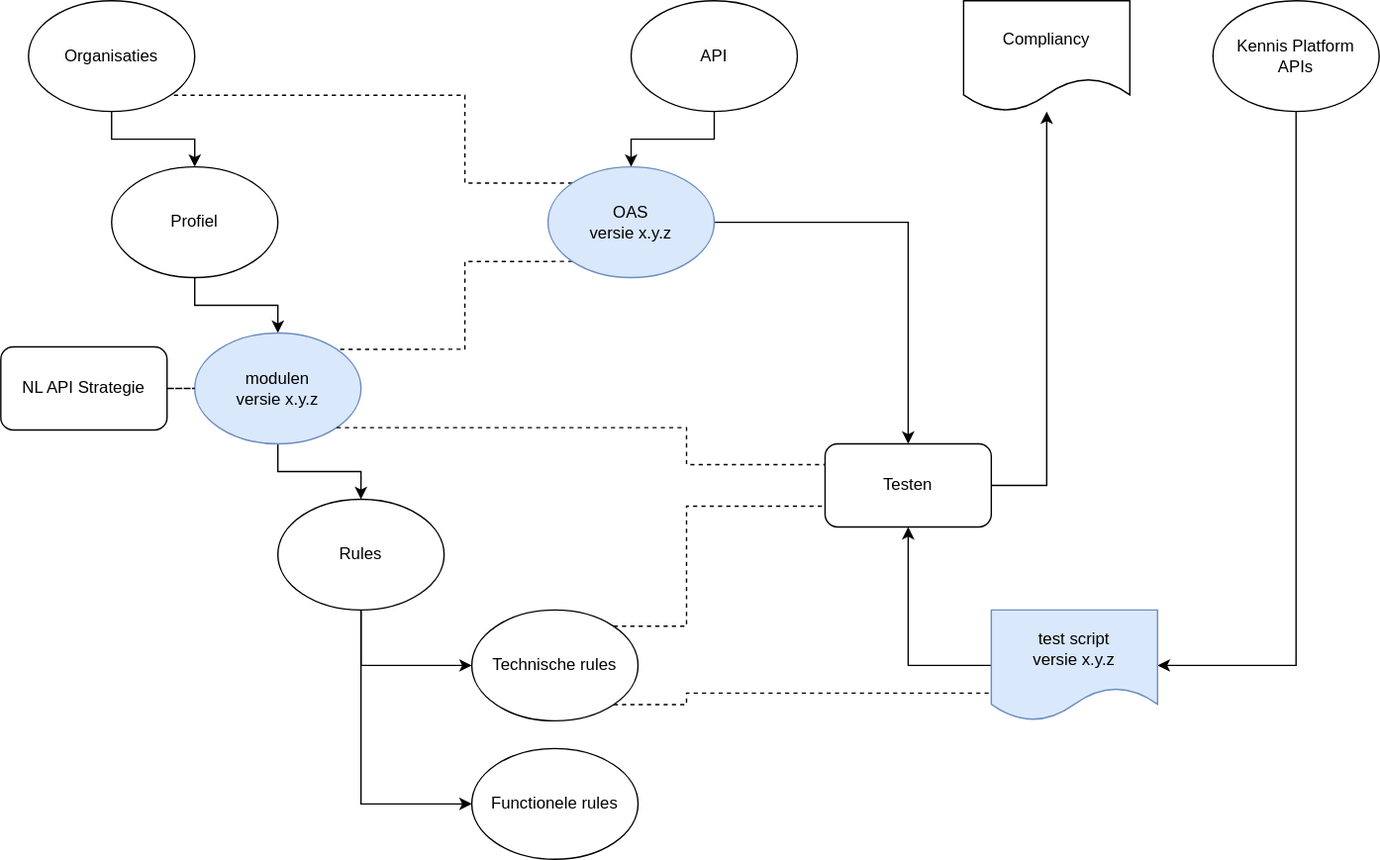
Geonovum/KP-APIs keeps this draw.io diagram as media/Samenhang_rules-modulen.svg. Above is the earlier version. Source tidied: cells renumbered, new cells last; positions are measured from the earlier drawing's top-left corner, leaving out a move shared by most shapes.
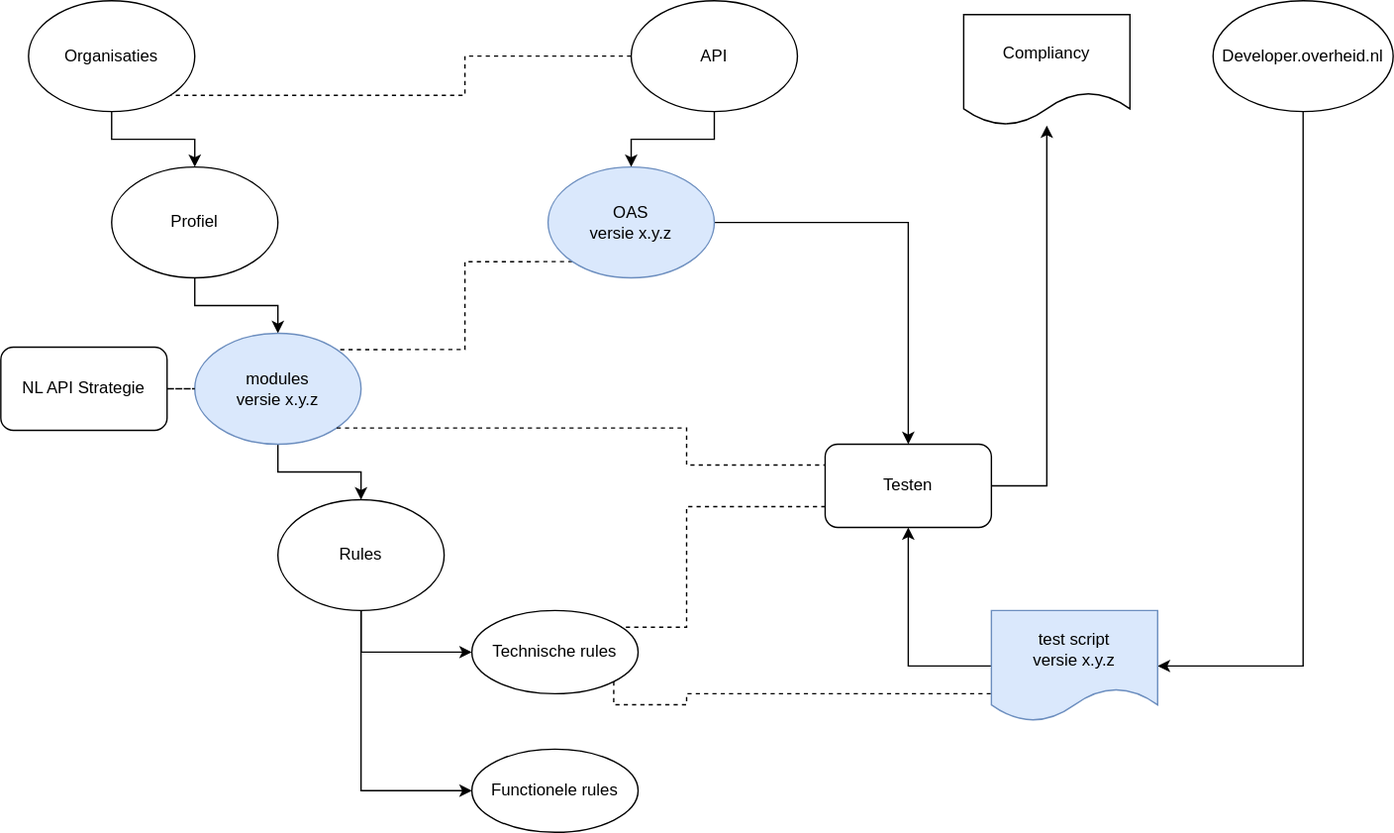
Above is the later version.

Change to the diagram source:
```diff
@@ -17,7 +17,7 @@
     <mxCell id="6" style="edgeStyle=orthogonalEdgeStyle;rounded=0;jettySize=auto;html=1;" parent="1" edge="1" source="7" target="10">
       <mxGeometry relative="1" as="geometry" />
     </mxCell>
-    <mxCell id="7" value="modulen&lt;br&gt;versie x.y.z" style="ellipse;whiteSpace=wrap;html=1;fillColor=#dae8fc;strokeColor=#6c8ebf;" parent="1" vertex="1">
+    <mxCell id="7" value="modules&lt;br&gt;versie x.y.z" style="ellipse;whiteSpace=wrap;html=1;fillColor=#dae8fc;strokeColor=#6c8ebf;" parent="1" vertex="1">
       <mxGeometry x="140" y="240" width="120" height="80" as="geometry" />
     </mxCell>
     <mxCell id="8" style="edgeStyle=orthogonalEdgeStyle;rounded=0;jettySize=auto;html=1;entryX=0;entryY=0.5;entryDx=0;entryDy=0;exitX=0.5;exitY=1;exitDx=0;exitDy=0;" parent="1" edge="1" source="10" target="18">
@@ -43,10 +43,10 @@
         </Array>
       </mxGeometry>
     </mxCell>
-    <mxCell id="14" style="edgeStyle=orthogonalEdgeStyle;rounded=0;jettySize=auto;html=1;entryX=1;entryY=1;entryDx=0;entryDy=0;endArrow=none;endFill=0;dashed=1;exitX=0;exitY=0;exitDx=0;exitDy=0;" parent="1" edge="1" source="16" target="3">
+    <mxCell id="14" style="edgeStyle=orthogonalEdgeStyle;rounded=0;jettySize=auto;html=1;entryX=1;entryY=1;entryDx=0;entryDy=0;endArrow=none;endFill=0;dashed=1;exitX=0;exitY=0.5;exitDx=0;exitDy=0;" parent="1" edge="1" source="12" target="3">
       <mxGeometry relative="1" as="geometry">
         <Array as="points">
-          <mxPoint x="335" y="132" />
+          <mxPoint x="335" y="40" />
           <mxPoint x="335" y="68" />
         </Array>
       </mxGeometry>
@@ -66,10 +66,10 @@
       </mxGeometry>
     </mxCell>
     <mxCell id="18" value="Technische rules" style="ellipse;whiteSpace=wrap;html=1;" parent="1" vertex="1">
-      <mxGeometry x="340" y="440" width="120" height="80" as="geometry" />
+      <mxGeometry x="340" y="440" width="120" height="60" as="geometry" />
     </mxCell>
     <mxCell id="19" value="Functionele rules" style="ellipse;whiteSpace=wrap;html=1;" parent="1" vertex="1">
-      <mxGeometry x="340" y="540" width="120" height="80" as="geometry" />
+      <mxGeometry x="340" y="540" width="120" height="60" as="geometry" />
     </mxCell>
     <mxCell id="20" style="edgeStyle=orthogonalEdgeStyle;rounded=0;jettySize=auto;html=1;exitX=1;exitY=0.5;exitDx=0;exitDy=0;" parent="1" edge="1" source="21" target="22">
       <mxGeometry relative="1" as="geometry" />
@@ -78,7 +78,7 @@
       <mxGeometry x="595" y="320" width="120" height="60" as="geometry" />
     </mxCell>
     <mxCell id="22" value="Compliancy" style="shape=document;whiteSpace=wrap;html=1;boundedLbl=1;" parent="1" vertex="1">
-      <mxGeometry x="695" width="120" height="80" as="geometry" />
+      <mxGeometry x="695" y="10" width="120" height="80" as="geometry" />
     </mxCell>
     <mxCell id="23" style="edgeStyle=orthogonalEdgeStyle;rounded=0;jettySize=auto;html=1;entryX=0.5;entryY=1;entryDx=0;entryDy=0;exitX=0;exitY=0.5;exitDx=0;exitDy=0;" parent="1" edge="1" source="28" target="21">
       <mxGeometry relative="1" as="geometry" />
@@ -99,8 +99,8 @@
         </Array>
       </mxGeometry>
     </mxCell>
-    <mxCell id="26" value="Kennis Platform &lt;br&gt;APIs" style="ellipse;whiteSpace=wrap;html=1;" parent="1" vertex="1">
-      <mxGeometry x="875" width="120" height="80" as="geometry" />
+    <mxCell id="26" value="Developer.overheid.nl" style="ellipse;whiteSpace=wrap;html=1;" parent="1" vertex="1">
+      <mxGeometry x="875" width="130" height="80" as="geometry" />
     </mxCell>
     <mxCell id="27" style="edgeStyle=orthogonalEdgeStyle;rounded=0;jettySize=auto;html=1;exitX=0.5;exitY=1;exitDx=0;exitDy=0;entryX=1;entryY=0.5;entryDx=0;entryDy=0;" parent="1" edge="1" source="26" target="28">
       <mxGeometry relative="1" as="geometry" />
```
